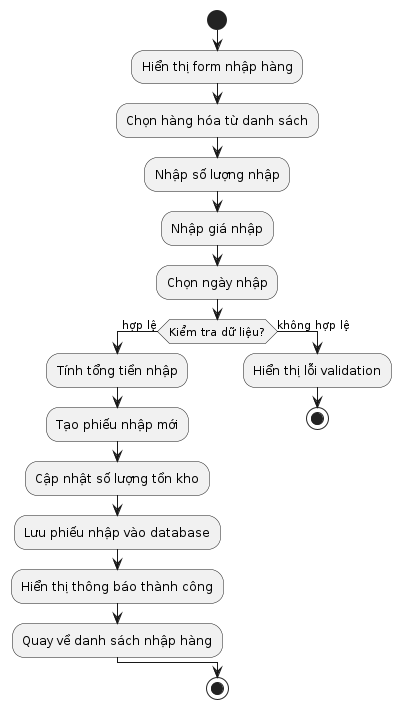
Above: diagrams/ImportActivity.png in Vu-Duc-Vuong/OOP_N02_T3_2_2025_Group12 (PlantUML), before the change.
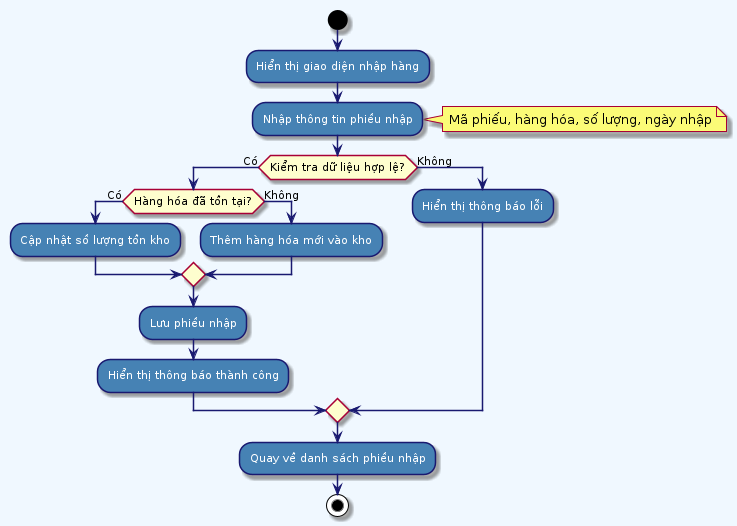
The same file after the commit.

What changed in the source:
```diff
@@ -1,22 +1,36 @@
 @startuml ImportActivity
+skinparam backgroundColor #F0F8FF
+skinparam activity {
+    BackgroundColor #4682B4
+    BorderColor #191970
+    FontColor white
+    ArrowColor #191970
+    FontSize 11
+}
+skinparam diamond {
+    BackgroundColor #87CEEB
+    BorderColor #4682B4
+    FontColor #191970
+}
 
 start
-:Hiển thị form nhập hàng;
-:Chọn hàng hóa từ danh sách;
-:Nhập số lượng nhập;
-:Nhập giá nhập;
-:Chọn ngày nhập;
-if (Kiểm tra dữ liệu?) then (hợp lệ)
-  :Tính tổng tiền nhập;
-  :Tạo phiếu nhập mới;
-  :Cập nhật số lượng tồn kho;
-  :Lưu phiếu nhập vào database;
-  :Hiển thị thông báo thành công;
-  :Quay về danh sách nhập hàng;
-else (không hợp lệ)
-  :Hiển thị lỗi validation;
-  stop
+:Hiển thị giao diện nhập hàng;
+
+:Nhập thông tin phiếu nhập;
+note right: Mã phiếu, hàng hóa, số lượng, ngày nhập
+
+if (Kiểm tra dữ liệu hợp lệ?) then (Có)
+    if (Hàng hóa đã tồn tại?) then (Có)
+        :Cập nhật số lượng tồn kho;
+    else (Không)
+        :Thêm hàng hóa mới vào kho;
+    endif
+    :Lưu phiếu nhập;
+    :Hiển thị thông báo thành công;
+else (Không)
+    :Hiển thị thông báo lỗi;
 endif
+
+:Quay về danh sách phiếu nhập;
 stop
-
 @enduml
```
